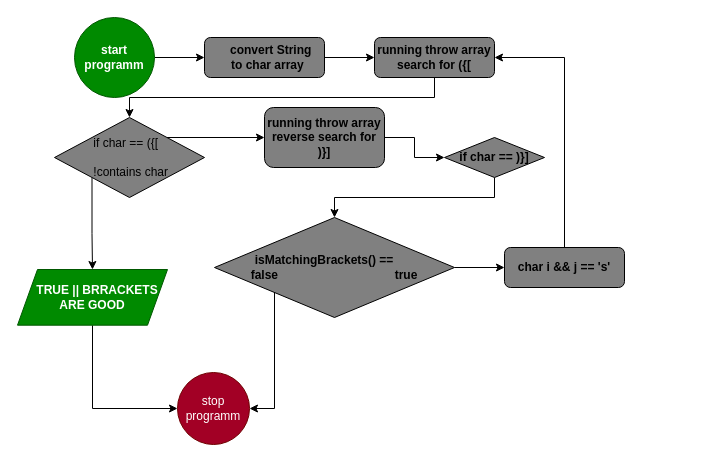
Sava175/SpLab keeps this draw.io diagram as src/main/java/com/splab/algorithms/brackets/bracketsD2.drawio. Above is the earlier version. Source tidied: cells renumbered, new cells numbered last; positions are measured from the earlier drawing's top-left corner, leaving out a move shared by most shapes. Both pictures are drawn from the tidied source at 100%, with x=0, y=0 at pixel (17, 17).
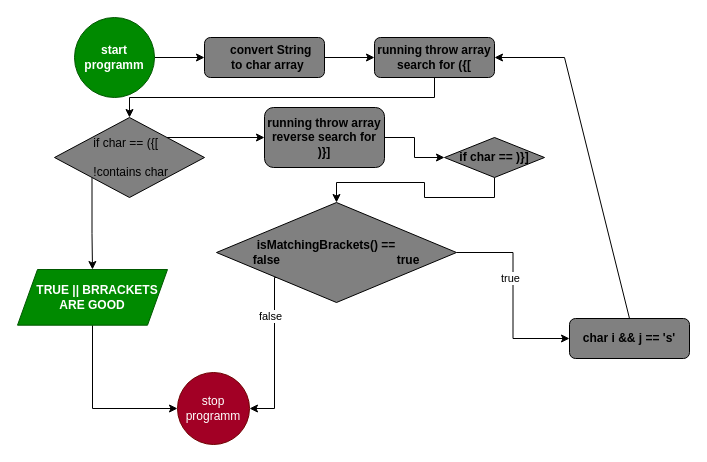
Above is the later version.

The change refers to these unchanged cells:
```xml
<mxCell id="16" style="edgeStyle=orthogonalEdgeStyle;rounded=0;jettySize=auto;html=1;exitX=1;exitY=0.5;exitDx=0;exitDy=0;entryX=0;entryY=0.5;entryDx=0;entryDy=0;" parent="1" edge="1" source="18" target="15">
  <mxGeometry relative="1" as="geometry" />
</mxCell>
<mxCell id="22" value="stop programm" style="ellipse;whiteSpace=wrap;html=1;fillColor=#a20025;fontColor=#ffffff;strokeColor=#6F0000;" parent="1" vertex="1">
  <mxGeometry x="160" y="355" width="72" height="72" as="geometry" />
</mxCell>
```

Change to the diagram source:
```diff
@@
     <mxCell id="15" value="&lt;b&gt;char i &amp;amp;&amp;amp; j == 's'&lt;/b&gt;" style="rounded=1;whiteSpace=wrap;html=1;fillColor=#808080;" parent="1" vertex="1">
-      <mxGeometry x="487" y="230" width="120" height="40" as="geometry" />
+      <mxGeometry x="552" y="301" width="120" height="40" as="geometry" />
     </mxCell>
@@
+    <mxCell id="23" value="true" style="edgeLabel;html=1;align=center;verticalAlign=middle;" parent="16" vertex="1">
+      <mxGeometry x="-0.18" y="-3" relative="1" as="geometry" />
+    </mxCell>
     <mxCell id="17" style="edgeStyle=orthogonalEdgeStyle;rounded=0;jettySize=auto;html=1;exitX=0;exitY=1;exitDx=0;exitDy=0;entryX=1;entryY=0.5;entryDx=0;entryDy=0;" parent="1" edge="1" source="18" target="22">
-      <mxGeometry relative="1" as="geometry" />
+      <mxGeometry relative="1" as="geometry">
+        <Array as="points">
+          <mxPoint x="257" y="391" />
+        </Array>
+      </mxGeometry>
     </mxCell>
+    <mxCell id="24" value="false" style="edgeLabel;html=1;align=center;verticalAlign=middle;" parent="17" vertex="1">
+      <mxGeometry x="-0.49" y="-5" relative="1" as="geometry" />
+    </mxCell>
     <mxCell id="18" value="&lt;b&gt;&amp;nbsp; &amp;nbsp; &amp;nbsp; &amp;nbsp; &amp;nbsp; &amp;nbsp;isMatchingBrackets() ==&amp;nbsp; &amp;nbsp; &amp;nbsp; &amp;nbsp; &amp;nbsp; &amp;nbsp; &amp;nbsp; &amp;nbsp; &amp;nbsp; false&amp;nbsp; &amp;nbsp; &amp;nbsp; &amp;nbsp; &amp;nbsp; &amp;nbsp; &amp;nbsp; &amp;nbsp; &amp;nbsp; &amp;nbsp; &amp;nbsp; &amp;nbsp; &amp;nbsp; &amp;nbsp; &amp;nbsp; &amp;nbsp; &amp;nbsp; &amp;nbsp;true&lt;/b&gt;" style="rhombus;whiteSpace=wrap;html=1;fillColor=#808080;" parent="1" vertex="1">
-      <mxGeometry x="197" y="200" width="240" height="100" as="geometry" />
+      <mxGeometry x="199" y="185" width="240" height="100" as="geometry" />
     </mxCell>
```
